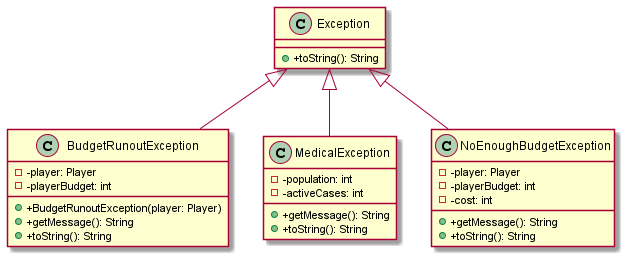
The PlantUML diagram exceptions.png in ahmad-hl/comp3021-corona-spring2021, before a commit.
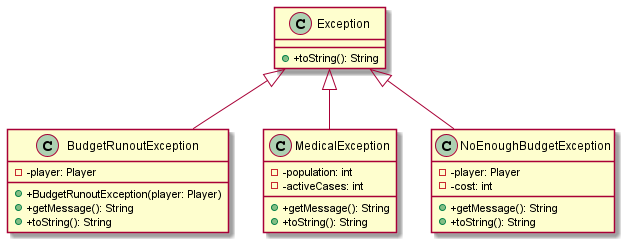
After the change.

Commit message:
update: class diagram to show modifiers, parameters, and return types

What changed in the source:
```diff
@@ -5,7 +5,6 @@
 }
 class BudgetRunoutException{
 - -player: Player
-- -playerBudget: int
 + +BudgetRunoutException(player: Player)
 + +getMessage(): String
 + +toString(): String
@@ -18,7 +17,6 @@
 }
 class NoEnoughBudgetException{
 - -player: Player
-- -playerBudget: int
 - -cost: int
 + +getMessage(): String
 + +toString(): String
```
